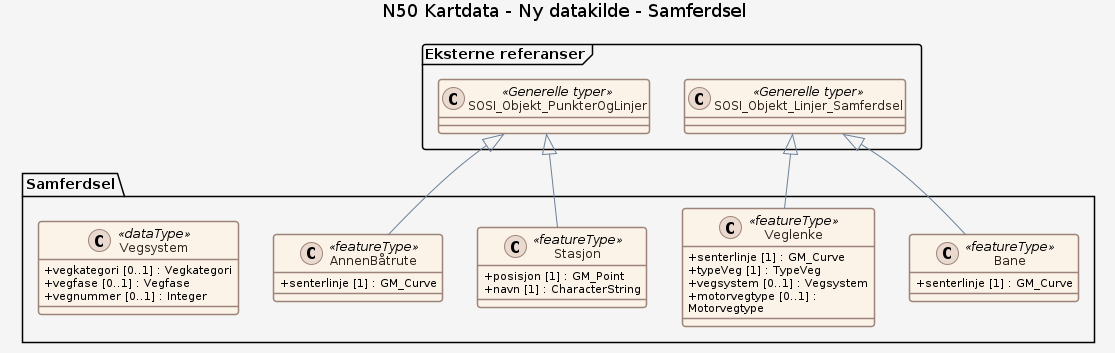
Above: produktspesifikasjon/n50-kartdata/ny-datakilde/ny-datakilde_feature_catalogue_Samferdsel.png in KentJonsrud/produktspesifikasjon_sommer (PlantUML), before the change. Its source is kept beside it as produktspesifikasjon/n50-kartdata/ny-datakilde/ny-datakilde_feature_catalogue_Samferdsel.puml. Its diagram source:
```plantuml
@startuml
scale max 4000*4000

title N50 Kartdata - Ny datakilde - Samferdsel

skinparam backgroundColor #F5F5F5
skinparam shadowing false
skinparam RoundCorner 6
skinparam ArrowColor #6C8198
skinparam wrapWidth 200
skinparam class {
  BackgroundColor #FBF2E8
  BorderColor #9C8578
  FontColor #2D201A
  HeaderBackgroundColor #EFE1D6
  HeaderFontColor #2D201A
  AttributeIconSize 0
}
skinparam note {
  BackgroundColor #FFFFFF
  BorderColor #6C8198
  FontColor #2D201A
}
skinparam stereotypeCBackgroundColor #EAD9CE
skinparam stereotypeCBorderColor #9C8578
skinparam stereotypeCFontColor #2D201A

package "Samferdsel" {

  class Bane <<featureType>> {
    + senterlinje [1] : GM_Curve
  }

  class Veglenke <<featureType>> {
    + senterlinje [1] : GM_Curve
    + typeVeg [1] : TypeVeg
    + vegsystem [0..1] : Vegsystem
    + motorvegtype [0..1] : Motorvegtype
  }

  class Stasjon <<featureType>> {
    + posisjon [1] : GM_Point
    + navn [1] : CharacterString
  }

  class "AnnenBåtrute" as AnnenB_trute <<featureType>> {
    + senterlinje [1] : GM_Curve
  }

  class Vegsystem <<dataType>> {
    + vegkategori [0..1] : Vegkategori
    + vegfase [0..1] : Vegfase
    + vegnummer [0..1] : Integer
  }
}

package "Eksterne referanser" <<Frame>> {
  class SOSI_Objekt_Linjer_Samferdsel <<Generelle typer>> {
  }
  class SOSI_Objekt_PunkterOgLinjer <<Generelle typer>> {
  }
}

SOSI_Objekt_Linjer_Samferdsel <|-- Bane
SOSI_Objekt_Linjer_Samferdsel <|-- Veglenke
SOSI_Objekt_PunkterOgLinjer <|-- Stasjon
SOSI_Objekt_PunkterOgLinjer <|-- AnnenB_trute

@enduml
```
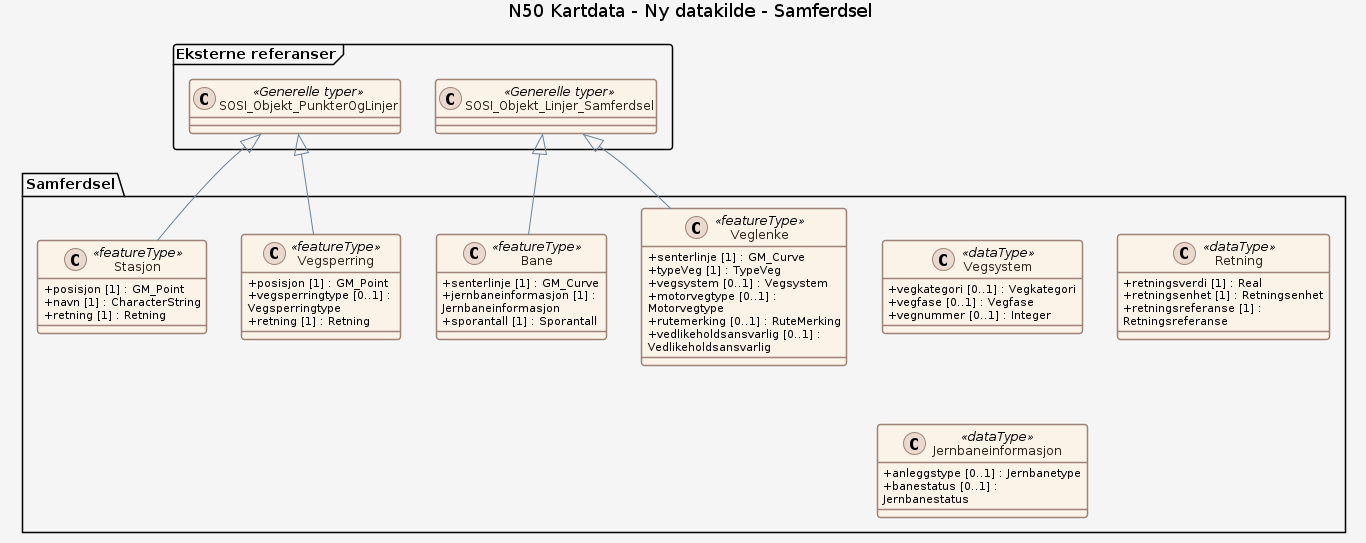
After the commit.

What changed in the source:
```diff
@@ -27,30 +27,48 @@
 
 package "Samferdsel" {
 
-  class Bane <<featureType>> {
-    + senterlinje [1] : GM_Curve
-  }
-
   class Veglenke <<featureType>> {
     + senterlinje [1] : GM_Curve
     + typeVeg [1] : TypeVeg
     + vegsystem [0..1] : Vegsystem
     + motorvegtype [0..1] : Motorvegtype
+    + rutemerking [0..1] : RuteMerking
+    + vedlikeholdsansvarlig [0..1] : Vedlikeholdsansvarlig
   }
 
   class Stasjon <<featureType>> {
     + posisjon [1] : GM_Point
     + navn [1] : CharacterString
+    + retning [1] : Retning
   }
 
-  class "AnnenBåtrute" as AnnenB_trute <<featureType>> {
+  class Vegsperring <<featureType>> {
+    + posisjon [1] : GM_Point
+    + vegsperringtype [0..1] : Vegsperringtype
+    + retning [1] : Retning
+  }
+
+  class Bane <<featureType>> {
     + senterlinje [1] : GM_Curve
+    + jernbaneinformasjon [1] : Jernbaneinformasjon
+    + sporantall [1] : Sporantall
   }
 
   class Vegsystem <<dataType>> {
     + vegkategori [0..1] : Vegkategori
     + vegfase [0..1] : Vegfase
     + vegnummer [0..1] : Integer
+  }
+
+  class Retning <<dataType>> {
+    + retningsverdi [1] : Real
+    + retningsenhet [1] : Retningsenhet
+    + retningsreferanse [1] : Retningsreferanse
+  }
+
+  class Jernbaneinformasjon <<dataType>> {
+    + anleggstype [0..1] : Jernbanetype
+    + banestatus [0..1] : Jernbanestatus
   }
 }
 
@@ -61,9 +79,9 @@
   }
 }
 
-SOSI_Objekt_Linjer_Samferdsel <|-- Bane
 SOSI_Objekt_Linjer_Samferdsel <|-- Veglenke
 SOSI_Objekt_PunkterOgLinjer <|-- Stasjon
-SOSI_Objekt_PunkterOgLinjer <|-- AnnenB_trute
+SOSI_Objekt_PunkterOgLinjer <|-- Vegsperring
+SOSI_Objekt_Linjer_Samferdsel <|-- Bane
 
 @enduml
```
